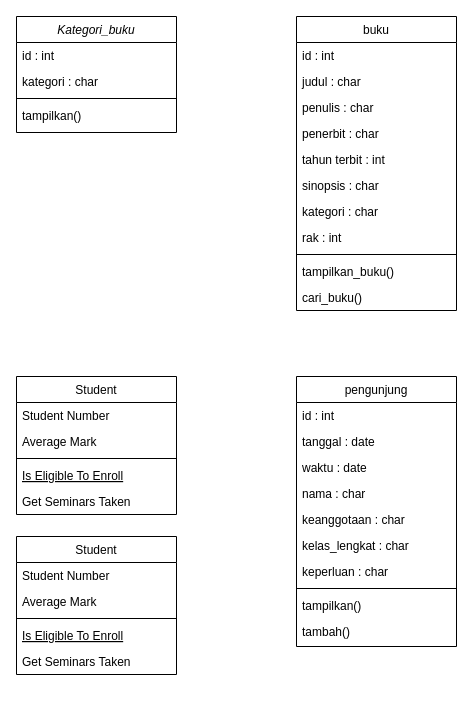
Above: Class diagram.drawio in Fanikarina/Project-TeFa (draw.io), before the change. Source tidied: cells renumbered, new cells numbered last; positions are measured from the earlier drawing's top-left corner, leaving out a move shared by most shapes. Both pictures are drawn from the tidied source at 100%, with x=0, y=0 at pixel (16, 16).
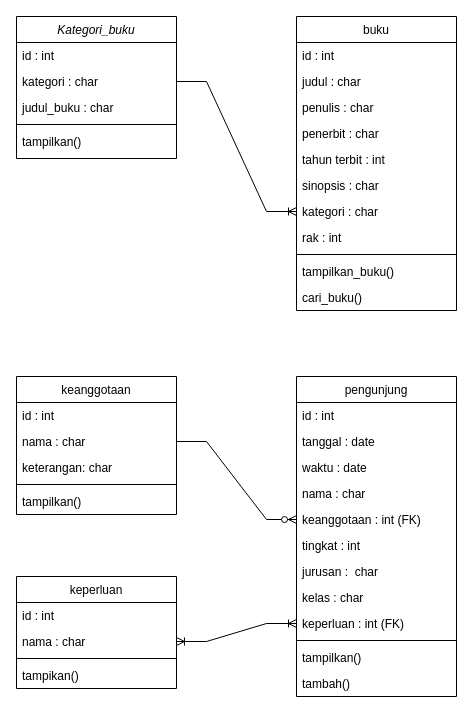
The same page after the edit.

Unchanged cells that the change refers to:
```xml
<mxCell id="4" value="kategori : char " style="text;align=left;verticalAlign=top;spacingLeft=4;spacingRight=4;overflow=hidden;points=[[0,0.5],[1,0.5]];portConstraint=eastwest;rounded=0;shadow=0;html=0;" parent="2" vertex="1">
  <mxGeometry y="52" width="160" height="26" as="geometry" />
</mxCell>
<mxCell id="20" value="kategori : char" style="text;align=left;verticalAlign=top;spacingLeft=4;spacingRight=4;overflow=hidden;points=[[0,0.5],[1,0.5]];portConstraint=eastwest;" parent="13" vertex="1">
  <mxGeometry y="182" width="160" height="26" as="geometry" />
</mxCell>
```

The edit, as a diff of the source:
```diff
@@
     <mxCell id="2" value="Kategori_buku" style="swimlane;fontStyle=2;align=center;verticalAlign=top;horizontal=1;startSize=26;rounded=0;shadow=0;strokeWidth=1;" parent="1" vertex="1">
-      <mxGeometry width="160" height="116" as="geometry" />
+      <mxGeometry width="160" height="142" as="geometry" />
     </mxCell>
@@
+    <mxCell id="42" value="judul_buku : char" style="text;align=left;verticalAlign=top;spacingLeft=4;spacingRight=4;overflow=hidden;rounded=0;shadow=0;html=0;" parent="2" vertex="1">
+      <mxGeometry y="78" width="160" height="26" as="geometry" />
+    </mxCell>
     <mxCell id="5" style="line;html=1;strokeWidth=1;align=left;verticalAlign=middle;spacingTop=-1;spacingLeft=3;spacingRight=3;labelPosition=right;" parent="2" vertex="1">
-      <mxGeometry y="78" width="160" height="8" as="geometry" />
+      <mxGeometry y="104" width="160" height="8" as="geometry" />
     </mxCell>
     <mxCell id="6" value="tampilkan()" style="text;align=left;verticalAlign=top;spacingLeft=4;spacingRight=4;overflow=hidden;" parent="2" vertex="1">
-      <mxGeometry y="86" width="160" height="30" as="geometry" />
+      <mxGeometry y="112" width="160" height="30" as="geometry" />
     </mxCell>
-    <mxCell id="7" value="Student" style="swimlane;fontStyle=0;align=center;verticalAlign=top;horizontal=1;startSize=26;rounded=0;shadow=0;strokeWidth=1;" parent="1" vertex="1">
+    <mxCell id="7" value="keanggotaan" style="swimlane;fontStyle=0;align=center;verticalAlign=top;horizontal=1;startSize=26;rounded=0;shadow=0;strokeWidth=1;" parent="1" vertex="1">
       <mxGeometry y="360" width="160" height="138" as="geometry" />
     </mxCell>
-    <mxCell id="8" value="Student Number" style="text;align=left;verticalAlign=top;spacingLeft=4;spacingRight=4;overflow=hidden;" parent="7" vertex="1">
+    <mxCell id="8" value="id : int" style="text;align=left;verticalAlign=top;spacingLeft=4;spacingRight=4;overflow=hidden;" parent="7" vertex="1">
       <mxGeometry y="26" width="160" height="26" as="geometry" />
     </mxCell>
-    <mxCell id="9" value="Average Mark" style="text;align=left;verticalAlign=top;spacingLeft=4;spacingRight=4;overflow=hidden;points=[[0,0.5],[1,0.5]];portConstraint=eastwest;rounded=0;shadow=0;html=0;" parent="7" vertex="1">
+    <mxCell id="9" value="nama : char " style="text;align=left;verticalAlign=top;spacingLeft=4;spacingRight=4;overflow=hidden;points=[[0,0.5],[1,0.5]];portConstraint=eastwest;rounded=0;shadow=0;html=0;" parent="7" vertex="1">
       <mxGeometry y="52" width="160" height="26" as="geometry" />
     </mxCell>
+    <mxCell id="11" value="keterangan: char" style="text;align=left;verticalAlign=top;spacingLeft=4;spacingRight=4;overflow=hidden;fontStyle=0;" parent="7" vertex="1">
+      <mxGeometry y="78" width="160" height="26" as="geometry" />
+    </mxCell>
     <mxCell id="10" style="line;html=1;strokeWidth=1;align=left;verticalAlign=middle;spacingTop=-1;spacingLeft=3;spacingRight=3;labelPosition=right;" parent="7" vertex="1">
-      <mxGeometry y="78" width="160" height="8" as="geometry" />
+      <mxGeometry y="104" width="160" height="8" as="geometry" />
     </mxCell>
-    <mxCell id="11" value="Is Eligible To Enroll" style="text;align=left;verticalAlign=top;spacingLeft=4;spacingRight=4;overflow=hidden;fontStyle=4;" parent="7" vertex="1">
-      <mxGeometry y="86" width="160" height="26" as="geometry" />
-    </mxCell>
-    <mxCell id="12" value="Get Seminars Taken" style="text;align=left;verticalAlign=top;spacingLeft=4;spacingRight=4;overflow=hidden;" parent="7" vertex="1">
+    <mxCell id="12" value="tampilkan()" style="text;align=left;verticalAlign=top;spacingLeft=4;spacingRight=4;overflow=hidden;" parent="7" vertex="1">
       <mxGeometry y="112" width="160" height="26" as="geometry" />
     </mxCell>
@@
     <mxCell id="25" value="pengunjung" style="swimlane;fontStyle=0;align=center;verticalAlign=top;horizontal=1;startSize=26;rounded=0;shadow=0;strokeWidth=1;" parent="1" vertex="1">
-      <mxGeometry x="280" y="360" width="160" height="270" as="geometry" />
+      <mxGeometry x="280" y="360" width="160" height="320" as="geometry" />
     </mxCell>
@@
-    <mxCell id="30" value="keanggotaan : char" style="text;align=left;verticalAlign=top;spacingLeft=4;spacingRight=4;overflow=hidden;points=[[0,0.5],[1,0.5]];portConstraint=eastwest;rounded=0;shadow=0;html=0;" parent="25" vertex="1">
+    <mxCell id="30" value="keanggotaan : int (FK)" style="text;align=left;verticalAlign=top;spacingLeft=4;spacingRight=4;overflow=hidden;points=[[0,0.5],[1,0.5]];portConstraint=eastwest;rounded=0;shadow=0;html=0;" parent="25" vertex="1">
       <mxGeometry y="130" width="160" height="26" as="geometry" />
     </mxCell>
-    <mxCell id="31" value="kelas_lengkat : char" style="text;align=left;verticalAlign=top;spacingLeft=4;spacingRight=4;overflow=hidden;rounded=0;shadow=0;html=0;" parent="25" vertex="1">
+    <mxCell id="31" value="tingkat : int" style="text;align=left;verticalAlign=top;spacingLeft=4;spacingRight=4;overflow=hidden;rounded=0;shadow=0;html=0;" parent="25" vertex="1">
       <mxGeometry y="156" width="160" height="26" as="geometry" />
     </mxCell>
+    <mxCell id="43" value="jurusan :  char" style="text;align=left;verticalAlign=top;spacingLeft=4;spacingRight=4;overflow=hidden;rounded=0;shadow=0;html=0;" parent="25" vertex="1">
+      <mxGeometry y="182" width="160" height="26" as="geometry" />
+    </mxCell>
+    <mxCell id="44" value="kelas : char" style="text;align=left;verticalAlign=top;spacingLeft=4;spacingRight=4;overflow=hidden;rounded=0;shadow=0;html=0;" parent="25" vertex="1">
+      <mxGeometry y="208" width="160" height="26" as="geometry" />
+    </mxCell>
-    <mxCell id="32" value="keperluan : char" style="text;align=left;verticalAlign=top;spacingLeft=4;spacingRight=4;overflow=hidden;points=[[0,0.5],[1,0.5]];portConstraint=eastwest;" parent="25" vertex="1">
-      <mxGeometry y="182" width="160" height="26" as="geometry" />
+    <mxCell id="32" value="keperluan : int (FK)" style="text;align=left;verticalAlign=top;spacingLeft=4;spacingRight=4;overflow=hidden;points=[[0,0.5],[1,0.5]];portConstraint=eastwest;" parent="25" vertex="1">
+      <mxGeometry y="234" width="160" height="26" as="geometry" />
     </mxCell>
     <mxCell id="33" style="line;html=1;strokeWidth=1;align=left;verticalAlign=middle;spacingTop=-1;spacingLeft=3;spacingRight=3;labelPosition=right;" parent="25" vertex="1">
-      <mxGeometry y="208" width="160" height="8" as="geometry" />
+      <mxGeometry y="260" width="160" height="8" as="geometry" />
     </mxCell>
     <mxCell id="34" value="tampilkan()" style="text;align=left;verticalAlign=top;spacingLeft=4;spacingRight=4;overflow=hidden;" parent="25" vertex="1">
-      <mxGeometry y="216" width="160" height="26" as="geometry" />
+      <mxGeometry y="268" width="160" height="26" as="geometry" />
     </mxCell>
     <mxCell id="35" value="tambah()" style="text;align=left;verticalAlign=top;spacingLeft=4;spacingRight=4;overflow=hidden;" parent="25" vertex="1">
-      <mxGeometry y="242" width="160" height="26" as="geometry" />
+      <mxGeometry y="294" width="160" height="26" as="geometry" />
     </mxCell>
-    <mxCell id="36" value="Student" style="swimlane;fontStyle=0;align=center;verticalAlign=top;horizontal=1;startSize=26;rounded=0;shadow=0;strokeWidth=1;" parent="1" vertex="1">
-      <mxGeometry y="520" width="160" height="138" as="geometry" />
+    <mxCell id="36" value="keperluan" style="swimlane;fontStyle=0;align=center;verticalAlign=top;horizontal=1;startSize=26;rounded=0;shadow=0;strokeWidth=1;" parent="1" vertex="1">
+      <mxGeometry y="560" width="160" height="112" as="geometry" />
     </mxCell>
-    <mxCell id="37" value="Student Number" style="text;align=left;verticalAlign=top;spacingLeft=4;spacingRight=4;overflow=hidden;" parent="36" vertex="1">
+    <mxCell id="37" value="id : int" style="text;align=left;verticalAlign=top;spacingLeft=4;spacingRight=4;overflow=hidden;" parent="36" vertex="1">
       <mxGeometry y="26" width="160" height="26" as="geometry" />
     </mxCell>
-    <mxCell id="38" value="Average Mark" style="text;align=left;verticalAlign=top;spacingLeft=4;spacingRight=4;overflow=hidden;points=[[0,0.5],[1,0.5]];portConstraint=eastwest;rounded=0;shadow=0;html=0;" parent="36" vertex="1">
+    <mxCell id="38" value="nama : char " style="text;align=left;verticalAlign=top;spacingLeft=4;spacingRight=4;overflow=hidden;points=[[0,0.5],[1,0.5]];portConstraint=eastwest;rounded=0;shadow=0;html=0;" parent="36" vertex="1">
       <mxGeometry y="52" width="160" height="26" as="geometry" />
     </mxCell>
@@
-    <mxCell id="40" value="Is Eligible To Enroll" style="text;align=left;verticalAlign=top;spacingLeft=4;spacingRight=4;overflow=hidden;fontStyle=4;" parent="36" vertex="1">
+    <mxCell id="40" value="tampikan()" style="text;align=left;verticalAlign=top;spacingLeft=4;spacingRight=4;overflow=hidden;fontStyle=0;" parent="36" vertex="1">
       <mxGeometry y="86" width="160" height="26" as="geometry" />
     </mxCell>
-    <mxCell id="41" value="Get Seminars Taken" style="text;align=left;verticalAlign=top;spacingLeft=4;spacingRight=4;overflow=hidden;" parent="36" vertex="1">
-      <mxGeometry y="112" width="160" height="26" as="geometry" />
-    </mxCell>
+    <mxCell id="45" style="edgeStyle=entityRelationEdgeStyle;fontSize=12;html=1;endArrow=ERzeroToMany;endFill=1;rounded=0;exitX=1;exitY=0.5;exitDx=0;exitDy=0;entryX=0;entryY=0.5;entryDx=0;entryDy=0;" parent="1" edge="1" source="9" target="30">
+      <mxGeometry relative="1" as="geometry" />
+    </mxCell>
+    <mxCell id="46" style="edgeStyle=entityRelationEdgeStyle;fontSize=12;html=1;endArrow=ERoneToMany;startArrow=ERoneToMany;rounded=0;entryX=0;entryY=0.5;entryDx=0;entryDy=0;" parent="1" edge="1" source="38" target="32">
+      <mxGeometry relative="1" as="geometry" />
+    </mxCell>
+    <mxCell id="47" style="edgeStyle=entityRelationEdgeStyle;fontSize=12;html=1;endArrow=ERoneToMany;rounded=0;entryX=0;entryY=0.5;entryDx=0;entryDy=0;" parent="1" edge="1" source="4" target="20">
+      <mxGeometry relative="1" as="geometry" />
+    </mxCell>
```
